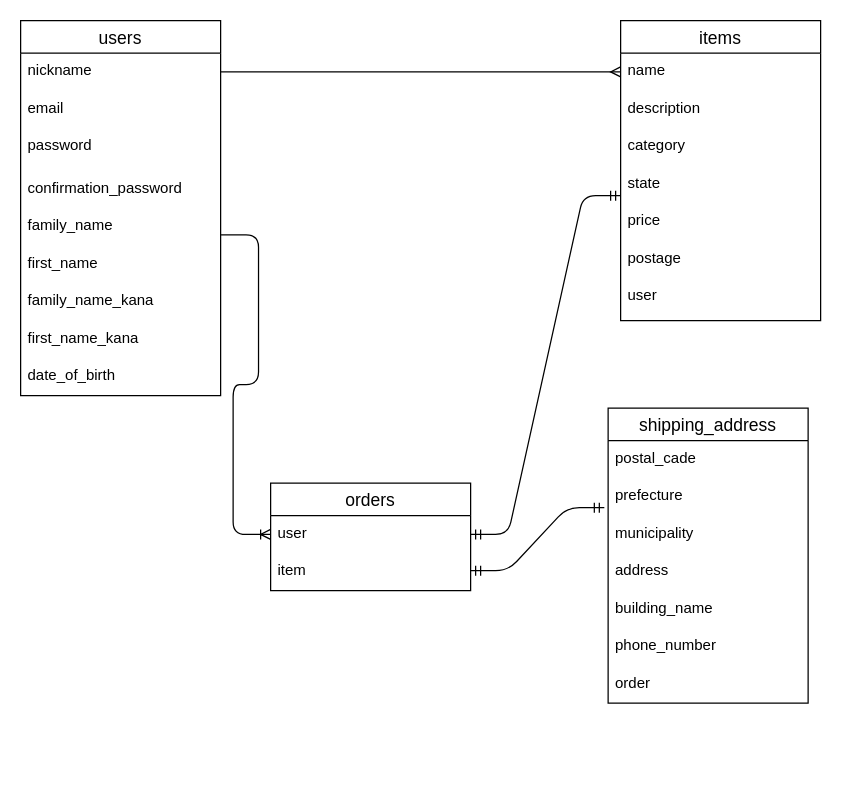
The draw.io diagram furima.dio in cacaoman/furima-31730, before the edit. Source tidied: cells renumbered, new cells numbered last; positions are measured from the earlier drawing's top-left corner, leaving out a move shared by most shapes. Both pictures are drawn from the tidied source at 125%, with x=0, y=0 at pixel (20, 20).
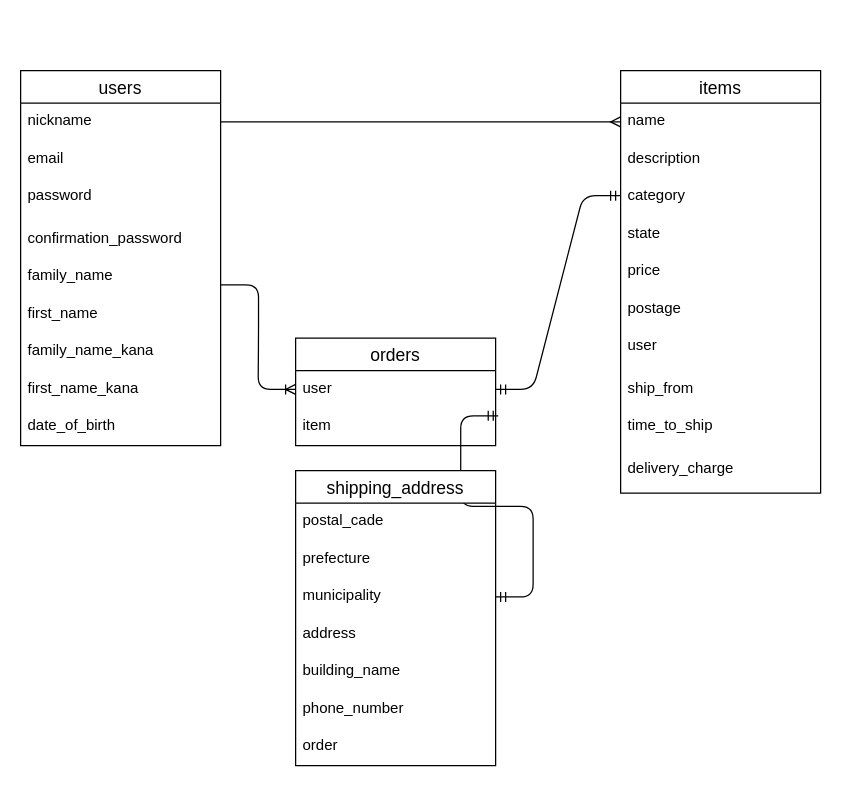
The same diagram, later.

Commit message (it also covers changes not shown here):
ship_from(発送元の地域追加しました)

Unchanged cells that the change refers to:
```xml
<mxCell id="8" value="family_name" style="text;strokeColor=none;fillColor=none;spacingLeft=4;spacingRight=4;overflow=hidden;points=[[0,0.5],[1,0.5]];portConstraint=eastwest;fontSize=12;" parent="3" vertex="1">
  <mxGeometry y="150" width="160" height="30" as="geometry" />
</mxCell>
<mxCell id="22" value="user" style="text;strokeColor=none;fillColor=none;spacingLeft=4;spacingRight=4;overflow=hidden;points=[[0,0.5],[1,0.5]];portConstraint=eastwest;fontSize=12;" parent="21" vertex="1">
  <mxGeometry y="26" width="160" height="30" as="geometry" />
</mxCell>
<mxCell id="23" value="item" style="text;strokeColor=none;fillColor=none;spacingLeft=4;spacingRight=4;overflow=hidden;points=[[0,0.5],[1,0.5]];portConstraint=eastwest;fontSize=12;" parent="21" vertex="1">
  <mxGeometry y="56" width="160" height="30" as="geometry" />
</mxCell>
<mxCell id="29" value="prefecture" style="text;strokeColor=none;fillColor=none;spacingLeft=4;spacingRight=4;overflow=hidden;points=[[0,0.5],[1,0.5]];portConstraint=eastwest;fontSize=12;" parent="27" vertex="1">
  <mxGeometry y="56" width="160" height="30" as="geometry" />
</mxCell>
<mxCell id="30" value="municipality" style="text;strokeColor=none;fillColor=none;spacingLeft=4;spacingRight=4;overflow=hidden;points=[[0,0.5],[1,0.5]];portConstraint=eastwest;fontSize=12;" parent="27" vertex="1">
  <mxGeometry y="86" width="160" height="30" as="geometry" />
</mxCell>
```

The edit, as a diff of the source:
```diff
@@
     <mxCell id="3" value="users" style="swimlane;fontStyle=0;horizontal=1;startSize=26;align=center;fontSize=14;" parent="1" vertex="1">
-      <mxGeometry width="160" height="300" as="geometry" />
+      <mxGeometry y="40" width="160" height="300" as="geometry" />
     </mxCell>
@@
     <mxCell id="13" value="items" style="swimlane;fontStyle=0;horizontal=1;startSize=26;align=center;fontSize=14;" parent="1" vertex="1">
-      <mxGeometry x="480" width="160" height="240" as="geometry" />
+      <mxGeometry x="480" y="40" width="160" height="338" as="geometry" />
     </mxCell>
@@
+    <mxCell id="35" value="ship_from" style="text;strokeColor=none;fillColor=none;spacingLeft=4;spacingRight=4;overflow=hidden;fontSize=12;" parent="13" vertex="1">
+      <mxGeometry y="240" width="160" height="30" as="geometry" />
+    </mxCell>
+    <mxCell id="36" value="time_to_ship" style="text;strokeColor=none;fillColor=none;spacingLeft=4;spacingRight=4;overflow=hidden;fontSize=12;" parent="13" vertex="1">
+      <mxGeometry y="270" width="160" height="34" as="geometry" />
+    </mxCell>
+    <mxCell id="37" value="delivery_charge" style="text;strokeColor=none;fillColor=none;spacingLeft=4;spacingRight=4;overflow=hidden;fontSize=12;" parent="13" vertex="1">
+      <mxGeometry y="304" width="160" height="34" as="geometry" />
+    </mxCell>
+    <mxCell id="24" style="edgeStyle=entityRelationEdgeStyle;fontSize=12;html=1;endArrow=ERoneToMany;exitX=1.002;exitY=0.711;exitDx=0;exitDy=0;exitPerimeter=0;entryX=0;entryY=0.5;entryDx=0;entryDy=0;" parent="1" edge="1" source="8" target="22">
+      <mxGeometry relative="1" as="geometry" />
+    </mxCell>
+    <mxCell id="25" style="edgeStyle=entityRelationEdgeStyle;fontSize=12;html=1;endArrow=ERmandOne;startArrow=ERmandOne;exitX=1.013;exitY=0.206;exitDx=0;exitDy=0;exitPerimeter=0;" parent="1" edge="1" source="23" target="30">
+      <mxGeometry relative="1" as="geometry" />
+    </mxCell>
+    <mxCell id="26" style="edgeStyle=entityRelationEdgeStyle;fontSize=12;html=1;endArrow=ERmandOne;startArrow=ERmandOne;exitX=1;exitY=0.5;exitDx=0;exitDy=0;" parent="1" edge="1" source="22">
+      <mxGeometry relative="1" as="geometry">
+        <mxPoint x="480" y="140" as="targetPoint" />
+      </mxGeometry>
+    </mxCell>
     <mxCell id="21" value="orders" style="swimlane;fontStyle=0;horizontal=1;startSize=26;align=center;fontSize=14;" parent="1" vertex="1">
-      <mxGeometry x="200" y="370" width="160" height="86" as="geometry" />
+      <mxGeometry x="220" y="254" width="160" height="86" as="geometry" />
     </mxCell>
@@
-    <mxCell id="24" style="edgeStyle=entityRelationEdgeStyle;fontSize=12;html=1;endArrow=ERoneToMany;exitX=1.002;exitY=0.711;exitDx=0;exitDy=0;exitPerimeter=0;entryX=0;entryY=0.5;entryDx=0;entryDy=0;" parent="1" edge="1" source="8" target="22">
-      <mxGeometry relative="1" as="geometry" />
-    </mxCell>
-    <mxCell id="25" style="edgeStyle=entityRelationEdgeStyle;fontSize=12;html=1;endArrow=ERmandOne;startArrow=ERmandOne;entryX=-0.019;entryY=0.789;entryDx=0;entryDy=0;entryPerimeter=0;" parent="1" edge="1" target="29">
-      <mxGeometry relative="1" as="geometry">
-        <mxPoint x="360" y="440" as="sourcePoint" />
-      </mxGeometry>
-    </mxCell>
-    <mxCell id="26" style="edgeStyle=entityRelationEdgeStyle;fontSize=12;html=1;endArrow=ERmandOne;startArrow=ERmandOne;exitX=1;exitY=0.5;exitDx=0;exitDy=0;" parent="1" edge="1" source="22">
-      <mxGeometry relative="1" as="geometry">
-        <mxPoint x="480" y="140" as="targetPoint" />
-      </mxGeometry>
-    </mxCell>
     <mxCell id="27" value="shipping_address" style="swimlane;fontStyle=0;horizontal=1;startSize=26;align=center;fontSize=14;" parent="1" vertex="1">
-      <mxGeometry x="470" y="310" width="160" height="236" as="geometry" />
+      <mxGeometry x="220" y="360" width="160" height="236" as="geometry" />
     </mxCell>
```
